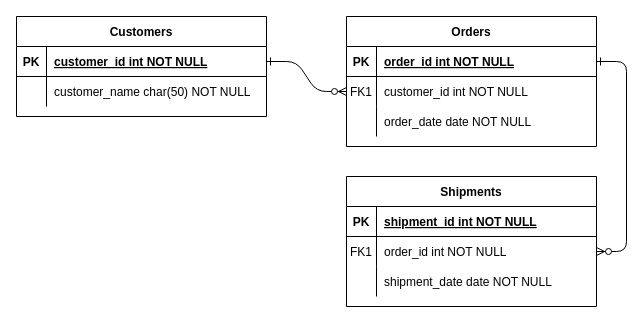
Earlier version of the draw.io diagram Untitled Diagram.drawio (solonarr/ET_test-analytics). Source tidied: cells renumbered, new cells numbered last; positions are measured from the earlier drawing's top-left corner, leaving out a move shared by most shapes. Both pictures are drawn from the tidied source at 100%, with x=0, y=0 at pixel (16, 16).
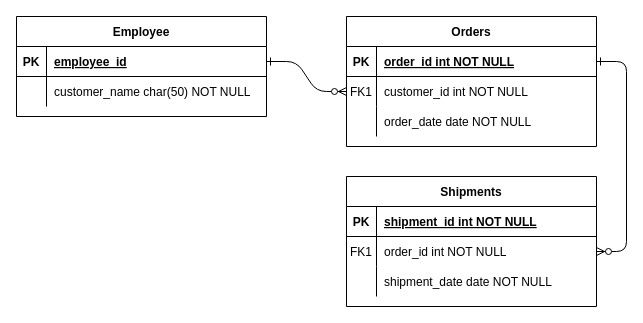
Above is the later version.

Commit message:
object relationships

Unchanged cells that the change refers to:
```xml
<mxCell id="25" style="shape=partialRectangle;fillColor=none;points=[[0,0.5],[1,0.5]];portConstraint=eastwest;top=0;left=0;right=0;bottom=1;" parent="24" vertex="1">
  <mxGeometry y="30" width="250" height="30" as="geometry" />
</mxCell>
```

What changed in the source:
```diff
@@
-    <mxCell id="24" value="Customers" style="shape=table;startSize=30;childLayout=tableLayout;rowLines=0;fontStyle=1;align=center;" parent="1" vertex="1">
+    <mxCell id="24" value="Employee" style="shape=table;startSize=30;childLayout=tableLayout;rowLines=0;fontStyle=1;align=center;" parent="1" vertex="1">
       <mxGeometry width="250" height="100" as="geometry" />
     </mxCell>
@@
-    <mxCell id="27" value="customer_id int NOT NULL " style="shape=partialRectangle;overflow=hidden;fillColor=none;top=0;left=0;bottom=0;right=0;align=left;spacingLeft=6;fontStyle=5;" parent="25" vertex="1">
+    <mxCell id="27" value="employee_id " style="shape=partialRectangle;overflow=hidden;fillColor=none;top=0;left=0;bottom=0;right=0;align=left;spacingLeft=6;fontStyle=5;" parent="25" vertex="1">
       <mxGeometry x="30" width="220" height="30" as="geometry" />
     </mxCell>
```
